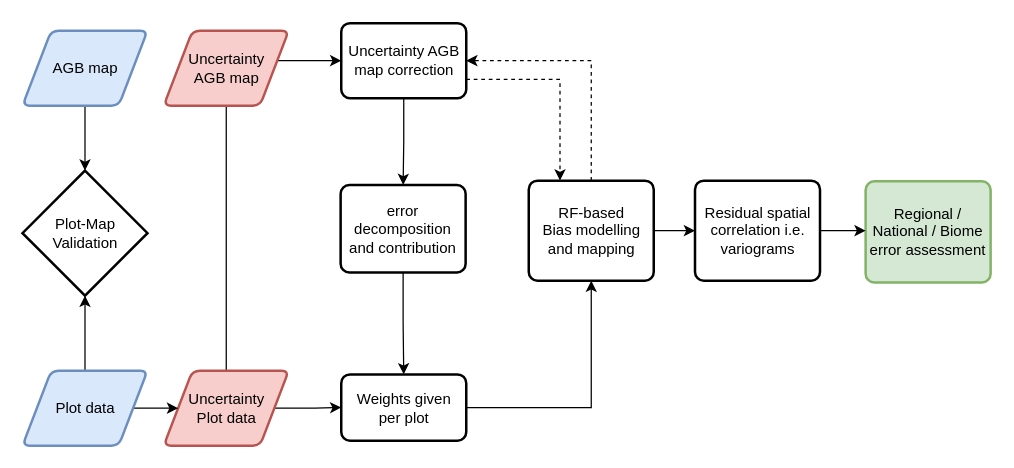
Earlier version of the draw.io diagram Untitled Diagram.drawio (arnanaraza/diagrams). Source tidied: cells renumbered, new cells numbered last; positions are measured from the earlier drawing's top-left corner, leaving out a move shared by most shapes. Both pictures are drawn from the tidied source at 125%, with x=0, y=0 at pixel (22, 22).
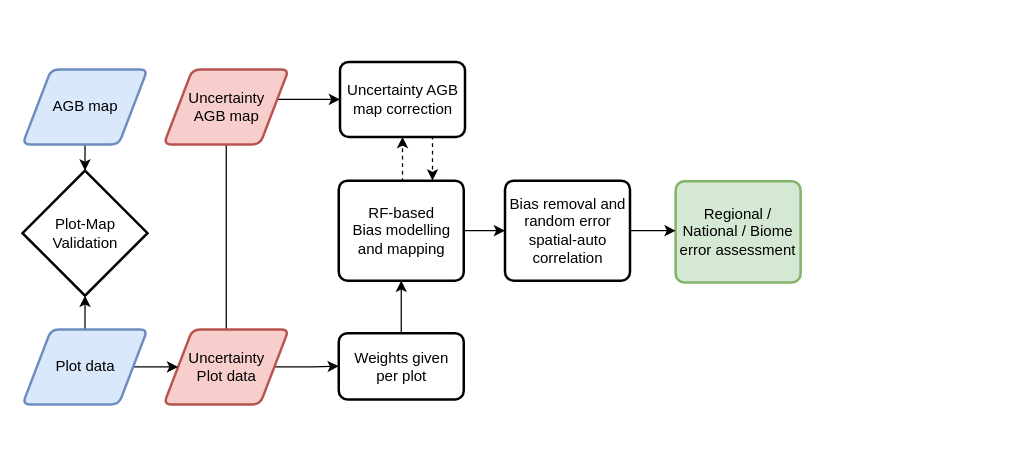
After the change.

Diff of the diagram source:
```diff
@@
     <mxCell id="4" value="Uncertainty&lt;br&gt;Plot data" style="shape=parallelogram;html=1;strokeWidth=2;perimeter=parallelogramPerimeter;whiteSpace=wrap;rounded=1;arcSize=12;size=0.23;fillColor=#f8cecc;strokeColor=#b85450;" parent="1" vertex="1">
-      <mxGeometry x="112.5" y="278" width="100" height="60" as="geometry" />
+      <mxGeometry x="112.5" y="245" width="100" height="60" as="geometry" />
     </mxCell>
-    <mxCell id="5" style="edgeStyle=orthogonalEdgeStyle;rounded=0;jettySize=auto;html=1;exitX=1;exitY=0.5;exitDx=0;exitDy=0;entryX=0.5;entryY=1;entryDx=0;entryDy=0;" parent="1" edge="1" source="6" target="14">
+    <mxCell id="5" style="edgeStyle=orthogonalEdgeStyle;rounded=0;jettySize=auto;html=1;exitX=0.5;exitY=0;exitDx=0;exitDy=0;entryX=0.5;entryY=1;entryDx=0;entryDy=0;" parent="1" edge="1" source="6" target="14">
       <mxGeometry relative="1" as="geometry" />
     </mxCell>
     <mxCell id="6" value="Weights given &lt;br&gt;per plot" style="rounded=1;whiteSpace=wrap;html=1;absoluteArcSize=1;arcSize=14;strokeWidth=2;" parent="1" vertex="1">
-      <mxGeometry x="254.5" y="281" width="100" height="53" as="geometry" />
+      <mxGeometry x="252.5" y="248" width="100" height="53" as="geometry" />
     </mxCell>
-    <mxCell id="7" style="edgeStyle=orthogonalEdgeStyle;rounded=0;jettySize=auto;html=1;exitX=0.5;exitY=1;exitDx=0;exitDy=0;entryX=0.5;entryY=0;entryDx=0;entryDy=0;" parent="1" edge="1" source="9" target="11">
-      <mxGeometry relative="1" as="geometry" />
-    </mxCell>
-    <mxCell id="8" style="edgeStyle=orthogonalEdgeStyle;rounded=0;jettySize=auto;html=1;exitX=1;exitY=0.75;exitDx=0;exitDy=0;entryX=0.25;entryY=0;entryDx=0;entryDy=0;dashed=1;" parent="1" edge="1" source="9" target="14">
+    <mxCell id="8" style="edgeStyle=orthogonalEdgeStyle;rounded=0;jettySize=auto;html=1;exitX=0.75;exitY=1;exitDx=0;exitDy=0;entryX=0.75;entryY=0;entryDx=0;entryDy=0;dashed=1;" parent="1" edge="1" source="9" target="14">
       <mxGeometry relative="1" as="geometry" />
     </mxCell>
     <mxCell id="9" value="Uncertainty AGB map correction" style="rounded=1;whiteSpace=wrap;html=1;absoluteArcSize=1;arcSize=14;strokeWidth=2;" parent="1" vertex="1">
-      <mxGeometry x="254.5" width="100" height="60" as="geometry" />
+      <mxGeometry x="253.5" y="31" width="100" height="60" as="geometry" />
     </mxCell>
-    <mxCell id="10" style="edgeStyle=orthogonalEdgeStyle;rounded=0;jettySize=auto;html=1;exitX=0.5;exitY=1;exitDx=0;exitDy=0;entryX=0.5;entryY=0;entryDx=0;entryDy=0;" parent="1" edge="1" source="11" target="6">
-      <mxGeometry relative="1" as="geometry" />
-    </mxCell>
-    <mxCell id="11" value="error decomposition and contribution" style="rounded=1;whiteSpace=wrap;html=1;absoluteArcSize=1;arcSize=14;strokeWidth=2;" parent="1" vertex="1">
-      <mxGeometry x="254" y="129.5" width="100" height="70" as="geometry" />
-    </mxCell>
-    <mxCell id="12" style="edgeStyle=orthogonalEdgeStyle;rounded=0;jettySize=auto;html=1;exitX=0.5;exitY=0;exitDx=0;exitDy=0;entryX=1;entryY=0.5;entryDx=0;entryDy=0;dashed=1;" parent="1" edge="1" source="14" target="9">
+    <mxCell id="12" style="edgeStyle=orthogonalEdgeStyle;rounded=0;jettySize=auto;html=1;exitX=0.5;exitY=0;exitDx=0;exitDy=0;entryX=0.5;entryY=1;entryDx=0;entryDy=0;dashed=1;" parent="1" edge="1" source="14" target="9">
       <mxGeometry relative="1" as="geometry" />
     </mxCell>
@@
     <mxCell id="14" value="RF-based &lt;br&gt;Bias modelling and mapping" style="rounded=1;whiteSpace=wrap;html=1;absoluteArcSize=1;arcSize=14;strokeWidth=2;" parent="1" vertex="1">
-      <mxGeometry x="404.5" y="126" width="100" height="80" as="geometry" />
+      <mxGeometry x="252.5" y="126" width="100" height="80" as="geometry" />
     </mxCell>
     <mxCell id="15" value="Uncertainty&lt;br&gt;AGB map" style="shape=parallelogram;html=1;strokeWidth=2;perimeter=parallelogramPerimeter;whiteSpace=wrap;rounded=1;arcSize=12;size=0.23;fillColor=#f8cecc;strokeColor=#b85450;" parent="1" vertex="1">
-      <mxGeometry x="112.5" y="6" width="100" height="60" as="geometry" />
+      <mxGeometry x="112.5" y="37" width="100" height="60" as="geometry" />
     </mxCell>
     <mxCell id="16" value="Regional / National / Biome error assessment" style="rounded=1;whiteSpace=wrap;html=1;absoluteArcSize=1;arcSize=14;strokeWidth=2;fillColor=#d5e8d4;strokeColor=#82b366;" parent="1" vertex="1">
-      <mxGeometry x="674" y="126.5" width="100" height="81" as="geometry" />
+      <mxGeometry x="522" y="126.5" width="100" height="81" as="geometry" />
     </mxCell>
@@
     <mxCell id="18" value="AGB map" style="shape=parallelogram;html=1;strokeWidth=2;perimeter=parallelogramPerimeter;whiteSpace=wrap;rounded=1;arcSize=12;size=0.23;fillColor=#dae8fc;strokeColor=#6c8ebf;" parent="1" vertex="1">
-      <mxGeometry x="-0.5" y="6" width="100" height="60" as="geometry" />
+      <mxGeometry x="-0.5" y="37" width="100" height="60" as="geometry" />
     </mxCell>
@@
     <mxCell id="21" value="Plot data" style="shape=parallelogram;html=1;strokeWidth=2;perimeter=parallelogramPerimeter;whiteSpace=wrap;rounded=1;arcSize=12;size=0.23;fillColor=#dae8fc;strokeColor=#6c8ebf;" parent="1" vertex="1">
-      <mxGeometry x="-0.5" y="278" width="100" height="60" as="geometry" />
+      <mxGeometry x="-0.5" y="245" width="100" height="60" as="geometry" />
     </mxCell>
@@
-    <mxCell id="24" value="Residual spatial correlation i.e. variograms" style="rounded=1;whiteSpace=wrap;html=1;absoluteArcSize=1;arcSize=14;strokeWidth=2;" parent="1" vertex="1">
-      <mxGeometry x="537.5" y="126" width="100" height="80" as="geometry" />
+    <mxCell id="24" value="Bias removal and random error spatial-auto correlation" style="rounded=1;whiteSpace=wrap;html=1;absoluteArcSize=1;arcSize=14;strokeWidth=2;" parent="1" vertex="1">
+      <mxGeometry x="385.5" y="126" width="100" height="80" as="geometry" />
     </mxCell>
```
